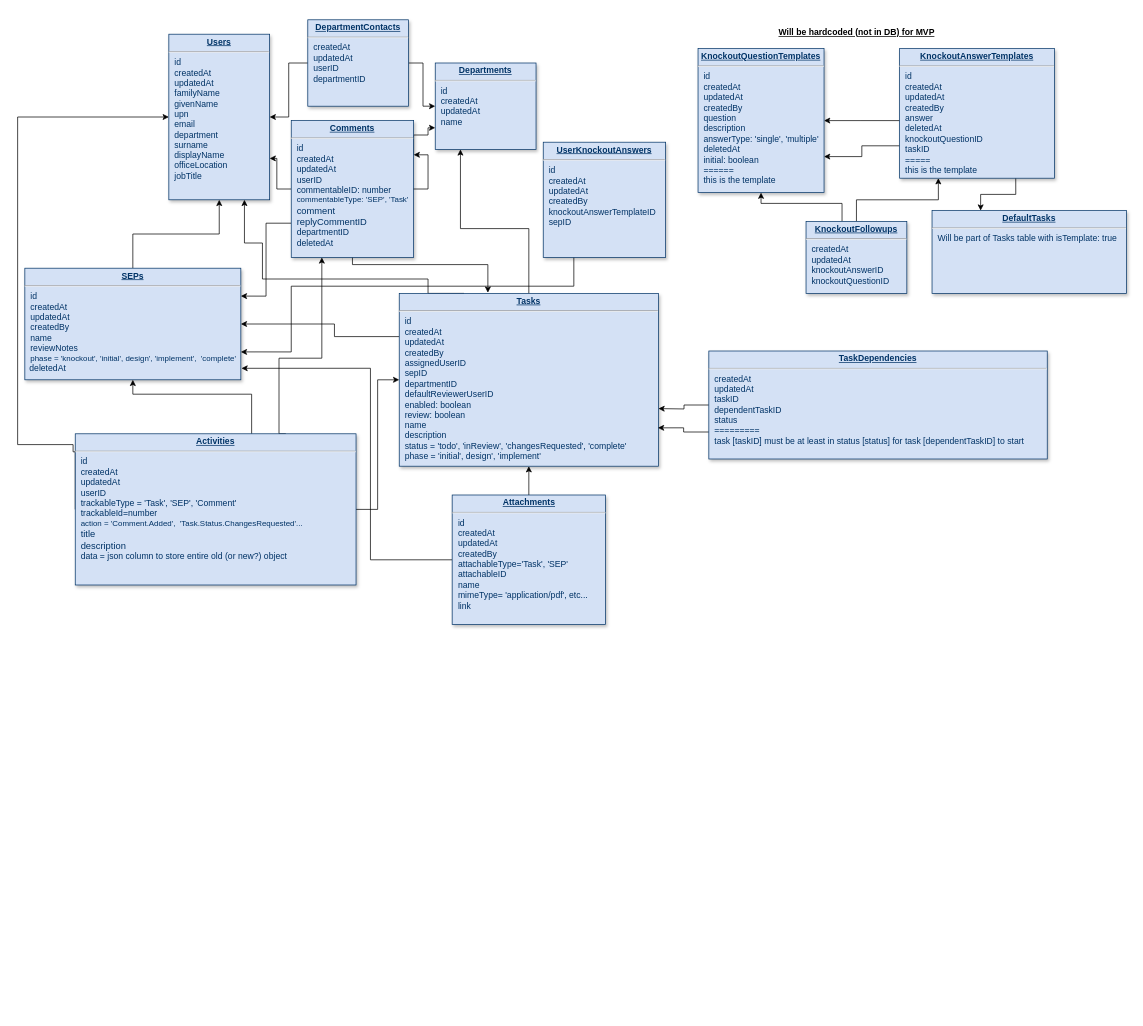
Earlier version of the draw.io diagram docs/sep-database.drawio.xml (BitCoyote/Solution-Enablement-Process). Source tidied: cells renumbered, new cells numbered last; positions are measured from the earlier drawing's top-left corner, leaving out a move shared by most shapes. Both pictures are drawn from the tidied source at 72%, with x=0, y=0 at pixel (17, 12).
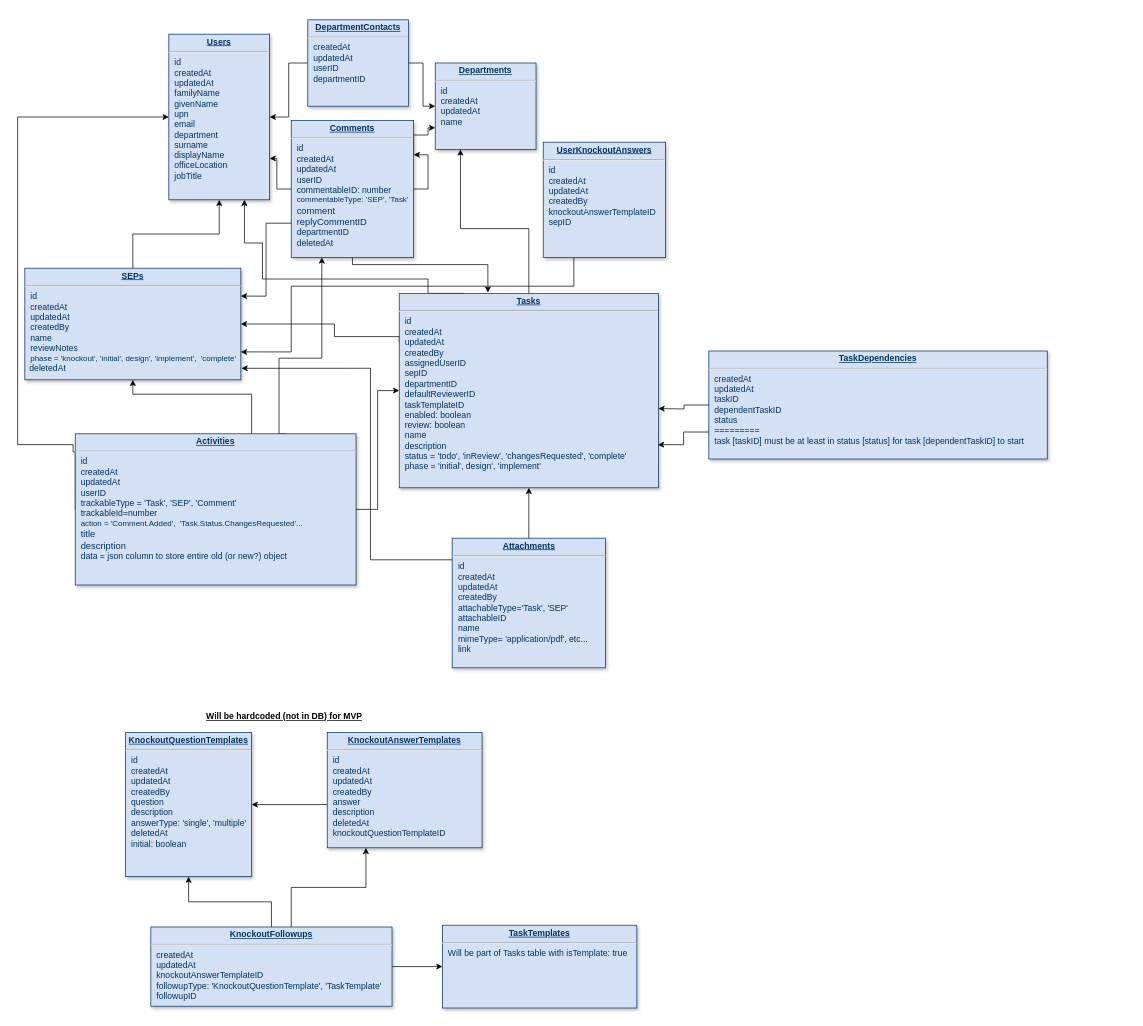
Above is the later version.

Diff of the diagram source:
```diff
@@
-    <mxCell id="3" value="&lt;p style=&quot;margin: 0px; margin-top: 4px; text-align: center; text-decoration: underline;&quot;&gt;&lt;b&gt;KnockoutQuestionTemplates&lt;/b&gt;&lt;/p&gt;&lt;hr&gt;&lt;p style=&quot;margin: 0px; margin-left: 8px;&quot;&gt;id&lt;/p&gt;&lt;p style=&quot;margin: 0px; margin-left: 8px;&quot;&gt;createdAt&lt;/p&gt;&lt;p style=&quot;margin: 0px; margin-left: 8px;&quot;&gt;updatedAt&lt;/p&gt;&lt;p style=&quot;margin: 0px; margin-left: 8px;&quot;&gt;createdBy&lt;/p&gt;&lt;p style=&quot;margin: 0px; margin-left: 8px;&quot;&gt;&lt;span style=&quot;background-color: initial;&quot;&gt;question&lt;/span&gt;&lt;br&gt;&lt;/p&gt;&lt;p style=&quot;margin: 0px; margin-left: 8px;&quot;&gt;description&lt;/p&gt;&lt;p style=&quot;margin: 0px; margin-left: 8px;&quot;&gt;&lt;span style=&quot;background-color: initial;&quot;&gt;answerType: 'single', 'multiple'&lt;/span&gt;&lt;/p&gt;&lt;p style=&quot;margin: 0px; margin-left: 8px;&quot;&gt;&lt;span style=&quot;background-color: initial;&quot;&gt;deletedAt&lt;/span&gt;&lt;/p&gt;&lt;p style=&quot;margin: 0px; margin-left: 8px;&quot;&gt;&lt;span style=&quot;background-color: initial;&quot;&gt;initial: boolean&lt;/span&gt;&lt;br&gt;&lt;/p&gt;&lt;p style=&quot;margin: 0px; margin-left: 8px;&quot;&gt;&lt;span style=&quot;background-color: initial;&quot;&gt;======&lt;/span&gt;&lt;/p&gt;&lt;p style=&quot;margin: 0px; margin-left: 8px;&quot;&gt;&lt;span style=&quot;background-color: initial;&quot;&gt;this is the template&lt;/span&gt;&lt;/p&gt;" style="verticalAlign=top;align=left;overflow=fill;fontSize=12;fontFamily=Helvetica;html=1;strokeColor=#003366;shadow=1;fillColor=#D4E1F5;fontColor=#003366;" parent="1" vertex="1">
-      <mxGeometry x="945" y="50" width="175" height="200" as="geometry" />
+    <mxCell id="3" value="&lt;p style=&quot;margin: 0px; margin-top: 4px; text-align: center; text-decoration: underline;&quot;&gt;&lt;b&gt;KnockoutQuestionTemplates&lt;/b&gt;&lt;/p&gt;&lt;hr&gt;&lt;p style=&quot;margin: 0px; margin-left: 8px;&quot;&gt;id&lt;/p&gt;&lt;p style=&quot;margin: 0px; margin-left: 8px;&quot;&gt;createdAt&lt;/p&gt;&lt;p style=&quot;margin: 0px; margin-left: 8px;&quot;&gt;updatedAt&lt;/p&gt;&lt;p style=&quot;margin: 0px; margin-left: 8px;&quot;&gt;createdBy&lt;/p&gt;&lt;p style=&quot;margin: 0px; margin-left: 8px;&quot;&gt;&lt;span style=&quot;background-color: initial;&quot;&gt;question&lt;/span&gt;&lt;br&gt;&lt;/p&gt;&lt;p style=&quot;margin: 0px; margin-left: 8px;&quot;&gt;description&lt;/p&gt;&lt;p style=&quot;margin: 0px; margin-left: 8px;&quot;&gt;&lt;span style=&quot;background-color: initial;&quot;&gt;answerType: 'single', 'multiple'&lt;/span&gt;&lt;/p&gt;&lt;p style=&quot;margin: 0px; margin-left: 8px;&quot;&gt;&lt;span style=&quot;background-color: initial;&quot;&gt;deletedAt&lt;/span&gt;&lt;/p&gt;&lt;p style=&quot;margin: 0px; margin-left: 8px;&quot;&gt;&lt;span style=&quot;background-color: initial;&quot;&gt;initial: boolean&lt;/span&gt;&lt;br&gt;&lt;/p&gt;&lt;p style=&quot;margin: 0px; margin-left: 8px;&quot;&gt;&lt;br&gt;&lt;/p&gt;" style="verticalAlign=top;align=left;overflow=fill;fontSize=12;fontFamily=Helvetica;html=1;strokeColor=#003366;shadow=1;fillColor=#D4E1F5;fontColor=#003366;" parent="1" vertex="1">
+      <mxGeometry x="150" y="1000" width="175" height="200" as="geometry" />
     </mxCell>
@@
-    <mxCell id="11" value="&lt;p style=&quot;margin: 0px; margin-top: 4px; text-align: center; text-decoration: underline;&quot;&gt;&lt;strong&gt;Tasks&lt;/strong&gt;&lt;/p&gt;&lt;hr&gt;&lt;p style=&quot;margin: 0px; margin-left: 8px;&quot;&gt;id&lt;/p&gt;&lt;p style=&quot;margin: 0px; margin-left: 8px;&quot;&gt;createdAt&lt;/p&gt;&lt;p style=&quot;margin: 0px; margin-left: 8px;&quot;&gt;updatedAt&lt;/p&gt;&lt;p style=&quot;margin: 0px; margin-left: 8px;&quot;&gt;createdBy&lt;br&gt;&lt;/p&gt;&lt;p style=&quot;margin: 0px; margin-left: 8px;&quot;&gt;assignedUserID&lt;/p&gt;&lt;p style=&quot;margin: 0px; margin-left: 8px;&quot;&gt;sepID&lt;/p&gt;&lt;p style=&quot;margin: 0px 0px 0px 8px;&quot;&gt;&lt;span style=&quot;background-color: initial;&quot;&gt;departmentID&lt;/span&gt;&lt;br&gt;&lt;/p&gt;&lt;p style=&quot;margin: 0px 0px 0px 8px;&quot;&gt;&lt;span style=&quot;background-color: initial;&quot;&gt;defaultReviewerUserID&lt;/span&gt;&lt;/p&gt;&lt;p style=&quot;margin: 0px; margin-left: 8px;&quot;&gt;&lt;span style=&quot;background-color: initial;&quot;&gt;enabled: boolean&lt;/span&gt;&lt;br&gt;&lt;/p&gt;&lt;p style=&quot;margin: 0px; margin-left: 8px;&quot;&gt;review: boolean&lt;/p&gt;&lt;p style=&quot;margin: 0px; margin-left: 8px;&quot;&gt;&lt;span style=&quot;background-color: initial;&quot;&gt;name&lt;/span&gt;&lt;br&gt;&lt;/p&gt;&lt;p style=&quot;margin: 0px; margin-left: 8px;&quot;&gt;&lt;/p&gt;&lt;p style=&quot;margin: 0px; margin-left: 8px;&quot;&gt;description&lt;/p&gt;&lt;p style=&quot;margin: 0px; margin-left: 8px;&quot;&gt;&lt;span style=&quot;background-color: initial;&quot;&gt;status = 'todo', 'inReview', 'changesRequested', 'complete'&lt;/span&gt;&lt;/p&gt;&lt;p style=&quot;margin: 0px; margin-left: 8px;&quot;&gt;&lt;span style=&quot;background-color: initial;&quot;&gt;phase = 'initial', design', 'implement'&lt;/span&gt;&lt;/p&gt;" style="verticalAlign=top;align=left;overflow=fill;fontSize=12;fontFamily=Helvetica;html=1;strokeColor=#003366;shadow=1;fillColor=#D4E1F5;fontColor=#003366;" parent="1" vertex="1">
-      <mxGeometry x="530" y="390" width="360" height="240" as="geometry" />
+    <mxCell id="11" value="&lt;p style=&quot;margin: 0px; margin-top: 4px; text-align: center; text-decoration: underline;&quot;&gt;&lt;strong&gt;Tasks&lt;/strong&gt;&lt;/p&gt;&lt;hr&gt;&lt;p style=&quot;margin: 0px; margin-left: 8px;&quot;&gt;id&lt;/p&gt;&lt;p style=&quot;margin: 0px; margin-left: 8px;&quot;&gt;createdAt&lt;/p&gt;&lt;p style=&quot;margin: 0px; margin-left: 8px;&quot;&gt;updatedAt&lt;/p&gt;&lt;p style=&quot;margin: 0px; margin-left: 8px;&quot;&gt;createdBy&lt;br&gt;&lt;/p&gt;&lt;p style=&quot;margin: 0px; margin-left: 8px;&quot;&gt;assignedUserID&lt;/p&gt;&lt;p style=&quot;margin: 0px; margin-left: 8px;&quot;&gt;sepID&lt;/p&gt;&lt;p style=&quot;margin: 0px 0px 0px 8px;&quot;&gt;&lt;span style=&quot;background-color: initial;&quot;&gt;departmentID&lt;/span&gt;&lt;br&gt;&lt;/p&gt;&lt;p style=&quot;margin: 0px 0px 0px 8px;&quot;&gt;&lt;span style=&quot;background-color: initial;&quot;&gt;defaultReviewerID&lt;/span&gt;&lt;/p&gt;&lt;p style=&quot;margin: 0px 0px 0px 8px;&quot;&gt;&lt;span style=&quot;background-color: initial;&quot;&gt;taskTemplateID&lt;/span&gt;&lt;/p&gt;&lt;p style=&quot;margin: 0px; margin-left: 8px;&quot;&gt;&lt;span style=&quot;background-color: initial;&quot;&gt;enabled: boolean&lt;/span&gt;&lt;br&gt;&lt;/p&gt;&lt;p style=&quot;margin: 0px; margin-left: 8px;&quot;&gt;review: boolean&lt;/p&gt;&lt;p style=&quot;margin: 0px; margin-left: 8px;&quot;&gt;&lt;span style=&quot;background-color: initial;&quot;&gt;name&lt;/span&gt;&lt;br&gt;&lt;/p&gt;&lt;p style=&quot;margin: 0px; margin-left: 8px;&quot;&gt;&lt;/p&gt;&lt;p style=&quot;margin: 0px; margin-left: 8px;&quot;&gt;description&lt;/p&gt;&lt;p style=&quot;margin: 0px; margin-left: 8px;&quot;&gt;&lt;span style=&quot;background-color: initial;&quot;&gt;status = 'todo', 'inReview', 'changesRequested', 'complete'&lt;/span&gt;&lt;/p&gt;&lt;p style=&quot;margin: 0px; margin-left: 8px;&quot;&gt;&lt;span style=&quot;background-color: initial;&quot;&gt;phase = 'initial', design', 'implement'&lt;/span&gt;&lt;/p&gt;" style="verticalAlign=top;align=left;overflow=fill;fontSize=12;fontFamily=Helvetica;html=1;strokeColor=#003366;shadow=1;fillColor=#D4E1F5;fontColor=#003366;" parent="1" vertex="1">
+      <mxGeometry x="530" y="390" width="360" height="270" as="geometry" />
     </mxCell>
@@
     <mxCell id="14" value="&lt;p style=&quot;margin: 0px; margin-top: 4px; text-align: center; text-decoration: underline;&quot;&gt;&lt;strong&gt;Attachments&lt;/strong&gt;&lt;/p&gt;&lt;hr&gt;&lt;p style=&quot;margin: 0px; margin-left: 8px;&quot;&gt;id&lt;/p&gt;&lt;p style=&quot;margin: 0px; margin-left: 8px;&quot;&gt;createdAt&lt;/p&gt;&lt;p style=&quot;margin: 0px; margin-left: 8px;&quot;&gt;updatedAt&lt;/p&gt;&lt;p style=&quot;margin: 0px; margin-left: 8px;&quot;&gt;createdBy&lt;/p&gt;&lt;p style=&quot;margin: 0px; margin-left: 8px;&quot;&gt;attachableType='Task', 'SEP'&lt;/p&gt;&lt;p style=&quot;margin: 0px; margin-left: 8px;&quot;&gt;attachableID&lt;/p&gt;&lt;p style=&quot;margin: 0px; margin-left: 8px;&quot;&gt;name&lt;/p&gt;&lt;p style=&quot;margin: 0px; margin-left: 8px;&quot;&gt;mimeType= 'application/pdf', etc...&lt;/p&gt;&lt;p style=&quot;margin: 0px; margin-left: 8px;&quot;&gt;link&lt;/p&gt;" style="verticalAlign=top;align=left;overflow=fill;fontSize=12;fontFamily=Helvetica;html=1;strokeColor=#003366;shadow=1;fillColor=#D4E1F5;fontColor=#003366;" parent="1" vertex="1">
-      <mxGeometry x="603.5" y="670" width="213" height="180" as="geometry" />
+      <mxGeometry x="603.5" y="730" width="213" height="180" as="geometry" />
     </mxCell>
@@
     <mxCell id="17" style="edgeStyle=orthogonalEdgeStyle;rounded=0;jettySize=auto;html=1;" parent="1" edge="1" source="20" target="3">
       <mxGeometry relative="1" as="geometry">
         <Array as="points">
-          <mxPoint x="1170" y="150" />
-          <mxPoint x="1170" y="150" />
+          <mxPoint x="375" y="1100" />
+          <mxPoint x="375" y="1100" />
         </Array>
       </mxGeometry>
     </mxCell>
-    <mxCell id="18" style="edgeStyle=orthogonalEdgeStyle;rounded=0;jettySize=auto;html=1;exitX=0.75;exitY=1;exitDx=0;exitDy=0;entryX=0.25;entryY=0;entryDx=0;entryDy=0;" parent="1" edge="1" source="20" target="38">
-      <mxGeometry relative="1" as="geometry" />
-    </mxCell>
-    <mxCell id="19" style="edgeStyle=orthogonalEdgeStyle;rounded=0;jettySize=auto;html=1;exitX=0;exitY=0.75;exitDx=0;exitDy=0;entryX=1;entryY=0.75;entryDx=0;entryDy=0;fontSize=13;" parent="1" edge="1" source="20" target="3">
-      <mxGeometry relative="1" as="geometry" />
-    </mxCell>
-    <mxCell id="20" value="&lt;p style=&quot;margin: 0px; margin-top: 4px; text-align: center; text-decoration: underline;&quot;&gt;&lt;strong&gt;KnockoutAnswerTemplates&lt;/strong&gt;&lt;/p&gt;&lt;hr&gt;&lt;p style=&quot;margin: 0px; margin-left: 8px;&quot;&gt;&lt;span style=&quot;background-color: initial;&quot;&gt;id&lt;/span&gt;&lt;/p&gt;&lt;p style=&quot;margin: 0px; margin-left: 8px;&quot;&gt;&lt;span style=&quot;background-color: initial;&quot;&gt;createdAt&lt;/span&gt;&lt;br&gt;&lt;/p&gt;&lt;p style=&quot;margin: 0px; margin-left: 8px;&quot;&gt;updatedAt&lt;/p&gt;&lt;p style=&quot;margin: 0px; margin-left: 8px;&quot;&gt;createdBy&lt;/p&gt;&lt;p style=&quot;margin: 0px; margin-left: 8px;&quot;&gt;answer&lt;/p&gt;&lt;p style=&quot;margin: 0px; margin-left: 8px;&quot;&gt;deletedAt&lt;/p&gt;&lt;p style=&quot;margin: 0px; margin-left: 8px;&quot;&gt;knockoutQuestionID&lt;/p&gt;&lt;p style=&quot;margin: 0px; margin-left: 8px;&quot;&gt;taskID&lt;/p&gt;&lt;p style=&quot;margin: 0px; margin-left: 8px;&quot;&gt;=====&lt;/p&gt;&lt;p style=&quot;margin: 0px; margin-left: 8px;&quot;&gt;this is the template&lt;/p&gt;" style="verticalAlign=top;align=left;overflow=fill;fontSize=12;fontFamily=Helvetica;html=1;strokeColor=#003366;shadow=1;fillColor=#D4E1F5;fontColor=#003366;" parent="1" vertex="1">
-      <mxGeometry x="1225" y="50" width="215" height="180" as="geometry" />
+    <mxCell id="20" value="&lt;p style=&quot;margin: 0px; margin-top: 4px; text-align: center; text-decoration: underline;&quot;&gt;&lt;strong&gt;KnockoutAnswerTemplates&lt;/strong&gt;&lt;/p&gt;&lt;hr&gt;&lt;p style=&quot;margin: 0px; margin-left: 8px;&quot;&gt;&lt;span style=&quot;background-color: initial;&quot;&gt;id&lt;/span&gt;&lt;/p&gt;&lt;p style=&quot;margin: 0px; margin-left: 8px;&quot;&gt;&lt;span style=&quot;background-color: initial;&quot;&gt;createdAt&lt;/span&gt;&lt;br&gt;&lt;/p&gt;&lt;p style=&quot;margin: 0px; margin-left: 8px;&quot;&gt;updatedAt&lt;/p&gt;&lt;p style=&quot;margin: 0px; margin-left: 8px;&quot;&gt;createdBy&lt;/p&gt;&lt;p style=&quot;margin: 0px; margin-left: 8px;&quot;&gt;answer&lt;/p&gt;&lt;p style=&quot;margin: 0px; margin-left: 8px;&quot;&gt;description&lt;/p&gt;&lt;p style=&quot;margin: 0px; margin-left: 8px;&quot;&gt;deletedAt&lt;/p&gt;&lt;p style=&quot;margin: 0px; margin-left: 8px;&quot;&gt;knockoutQuestionTemplateID&lt;/p&gt;&lt;p style=&quot;margin: 0px; margin-left: 8px;&quot;&gt;&lt;br&gt;&lt;/p&gt;" style="verticalAlign=top;align=left;overflow=fill;fontSize=12;fontFamily=Helvetica;html=1;strokeColor=#003366;shadow=1;fillColor=#D4E1F5;fontColor=#003366;" parent="1" vertex="1">
+      <mxGeometry x="430" y="1000" width="215" height="160" as="geometry" />
     </mxCell>
@@
     <mxCell id="34" style="edgeStyle=orthogonalEdgeStyle;rounded=0;jettySize=auto;html=1;entryX=0.25;entryY=1;entryDx=0;entryDy=0;" parent="1" edge="1" source="36" target="20">
-      <mxGeometry relative="1" as="geometry" />
+      <mxGeometry relative="1" as="geometry">
+        <Array as="points">
+          <mxPoint x="380" y="1215" />
+          <mxPoint x="484" y="1215" />
+        </Array>
+      </mxGeometry>
     </mxCell>
+    <mxCell id="42" style="edgeStyle=orthogonalEdgeStyle;rounded=0;jettySize=auto;html=1;" parent="1" edge="1" source="36" target="38">
+      <mxGeometry relative="1" as="geometry" />
+    </mxCell>
-    <mxCell id="35" style="edgeStyle=orthogonalEdgeStyle;rounded=0;jettySize=auto;html=1;entryX=0.5;entryY=1;entryDx=0;entryDy=0;" parent="1" edge="1" source="36" target="3">
-      <mxGeometry relative="1" as="geometry">
-        <Array as="points">
-          <mxPoint x="1145" y="265" />
-          <mxPoint x="1033" y="265" />
-          <mxPoint x="1033" y="250" />
-        </Array>
-      </mxGeometry>
+    <mxCell id="35" style="edgeStyle=orthogonalEdgeStyle;rounded=0;jettySize=auto;html=1;" parent="1" edge="1" source="36" target="3">
+      <mxGeometry relative="1" as="geometry" />
     </mxCell>
-    <mxCell id="36" value="&lt;p style=&quot;margin: 0px; margin-top: 4px; text-align: center; text-decoration: underline;&quot;&gt;&lt;strong&gt;KnockoutFollowups&lt;/strong&gt;&lt;/p&gt;&lt;hr&gt;&lt;p style=&quot;margin: 0px; margin-left: 8px;&quot;&gt;&lt;span style=&quot;background-color: initial;&quot;&gt;createdAt&lt;/span&gt;&lt;br&gt;&lt;/p&gt;&lt;p style=&quot;margin: 0px; margin-left: 8px;&quot;&gt;updatedAt&lt;/p&gt;&lt;p style=&quot;margin: 0px; margin-left: 8px;&quot;&gt;knockoutAnswerID&lt;/p&gt;&lt;p style=&quot;margin: 0px; margin-left: 8px;&quot;&gt;knockoutQuestionID&lt;/p&gt;" style="verticalAlign=top;align=left;overflow=fill;fontSize=12;fontFamily=Helvetica;html=1;strokeColor=#003366;shadow=1;fillColor=#D4E1F5;fontColor=#003366;" parent="1" vertex="1">
-      <mxGeometry x="1095" y="290" width="140" height="100" as="geometry" />
+    <mxCell id="36" value="&lt;p style=&quot;margin: 0px; margin-top: 4px; text-align: center; text-decoration: underline;&quot;&gt;&lt;strong&gt;KnockoutFollowups&lt;/strong&gt;&lt;/p&gt;&lt;hr&gt;&lt;p style=&quot;margin: 0px; margin-left: 8px;&quot;&gt;&lt;span style=&quot;background-color: initial;&quot;&gt;createdAt&lt;/span&gt;&lt;br&gt;&lt;/p&gt;&lt;p style=&quot;margin: 0px; margin-left: 8px;&quot;&gt;updatedAt&lt;/p&gt;&lt;p style=&quot;margin: 0px; margin-left: 8px;&quot;&gt;&lt;span style=&quot;background-color: initial;&quot;&gt;knockoutAnswerTemplateID&lt;/span&gt;&lt;br&gt;&lt;/p&gt;&lt;p style=&quot;margin: 0px; margin-left: 8px;&quot;&gt;followupType: 'KnockoutQuestionTemplate', 'TaskTemplate'&lt;/p&gt;&lt;p style=&quot;margin: 0px; margin-left: 8px;&quot;&gt;followupID&lt;/p&gt;" style="verticalAlign=top;align=left;overflow=fill;fontSize=12;fontFamily=Helvetica;html=1;strokeColor=#003366;shadow=1;fillColor=#D4E1F5;fontColor=#003366;" parent="1" vertex="1">
+      <mxGeometry x="185" y="1270" width="335" height="110" as="geometry" />
     </mxCell>
     <mxCell id="37" value="&lt;br&gt;Will be hardcoded (not in DB) for MVP" style="text;html=1;align=center;verticalAlign=middle;strokeColor=none;fillColor=none;fontStyle=5;" parent="1" vertex="1">
-      <mxGeometry x="1045" width="240" height="40" as="geometry" />
+      <mxGeometry x="250" y="950" width="240" height="40" as="geometry" />
     </mxCell>
-    <mxCell id="38" value="&lt;p style=&quot;margin: 0px; margin-top: 4px; text-align: center; text-decoration: underline;&quot;&gt;&lt;strong&gt;DefaultTasks&lt;/strong&gt;&lt;/p&gt;&lt;hr&gt;&lt;p style=&quot;margin: 0px; margin-left: 8px;&quot;&gt;Will be part of Tasks table with isTemplate: true&lt;/p&gt;" style="verticalAlign=top;align=left;overflow=fill;fontSize=12;fontFamily=Helvetica;html=1;strokeColor=#003366;shadow=1;fillColor=#D4E1F5;fontColor=#003366;" parent="1" vertex="1">
-      <mxGeometry x="1270" y="275" width="270" height="115" as="geometry" />
+    <mxCell id="38" value="&lt;p style=&quot;margin: 0px; margin-top: 4px; text-align: center; text-decoration: underline;&quot;&gt;&lt;strong&gt;TaskTemplates&lt;/strong&gt;&lt;/p&gt;&lt;hr&gt;&lt;p style=&quot;margin: 0px; margin-left: 8px;&quot;&gt;Will be part of Tasks table with isTemplate: true&lt;/p&gt;" style="verticalAlign=top;align=left;overflow=fill;fontSize=12;fontFamily=Helvetica;html=1;strokeColor=#003366;shadow=1;fillColor=#D4E1F5;fontColor=#003366;" parent="1" vertex="1">
+      <mxGeometry x="590" y="1267.5" width="270" height="115" as="geometry" />
     </mxCell>
```
